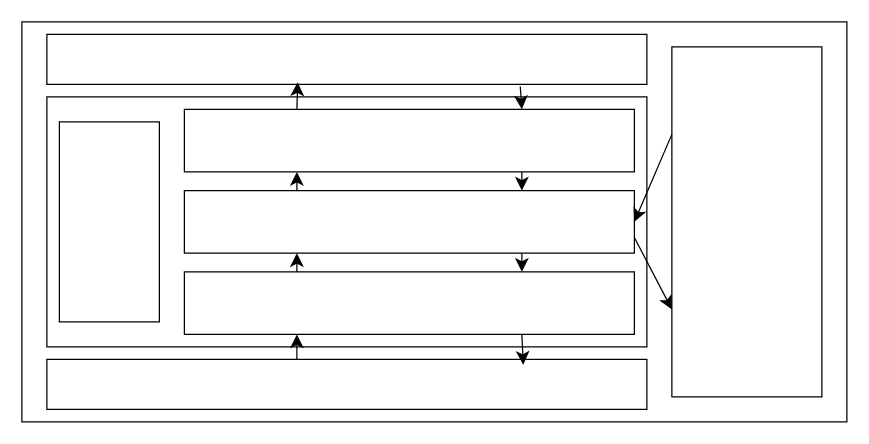
leolrl/Projet2A keeps this draw.io diagram as doc/DiagrammeDeCouche.drawio. Above is the earlier version. Source tidied: cells renumbered, new cells numbered last; positions are measured from the earlier drawing's top-left corner, leaving out a move shared by most shapes. Both pictures are drawn from the tidied source at 125%, with x=0, y=0 at pixel (21, 21).
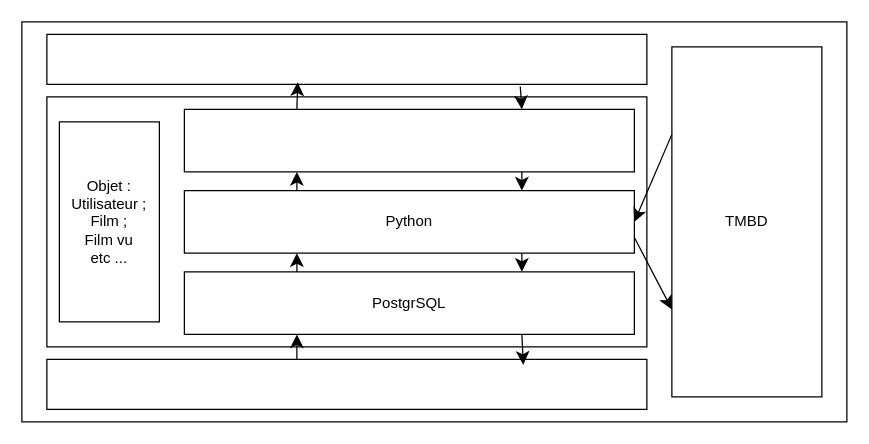
The same diagram, later.

Commit message (it also covers changes not shown here):
Mettre à jour DiagrammeDeCouche.drawio

What changed in the source:
```diff
@@
-    <mxCell id="3" style="rounded=0;whiteSpace=wrap;html=1;" parent="1" vertex="1">
+    <mxCell id="3" value="TMBD" style="rounded=0;whiteSpace=wrap;html=1;" parent="1" vertex="1">
       <mxGeometry x="520" y="20" width="120" height="280" as="geometry" />
     </mxCell>
@@
-    <mxCell id="7" style="rounded=0;whiteSpace=wrap;html=1;" parent="1" vertex="1">
+    <mxCell id="7" value="Objet :&lt;br&gt;Utilisateur ;&lt;div&gt;Film ;&lt;/div&gt;&lt;div&gt;Film vu&lt;br&gt;etc ...&lt;/div&gt;" style="rounded=0;whiteSpace=wrap;html=1;" parent="1" vertex="1">
       <mxGeometry x="30" y="80" width="80" height="160" as="geometry" />
     </mxCell>
@@
-    <mxCell id="13" style="rounded=0;whiteSpace=wrap;html=1;" parent="1" vertex="1">
+    <mxCell id="13" value="Python" style="rounded=0;whiteSpace=wrap;html=1;" parent="1" vertex="1">
       <mxGeometry x="130" y="135" width="360" height="50" as="geometry" />
     </mxCell>
-    <mxCell id="14" style="rounded=0;whiteSpace=wrap;html=1;" parent="1" vertex="1">
+    <mxCell id="14" value="PostgrSQL" style="rounded=0;whiteSpace=wrap;html=1;" parent="1" vertex="1">
       <mxGeometry x="130" y="200" width="360" height="50" as="geometry" />
     </mxCell>
```
